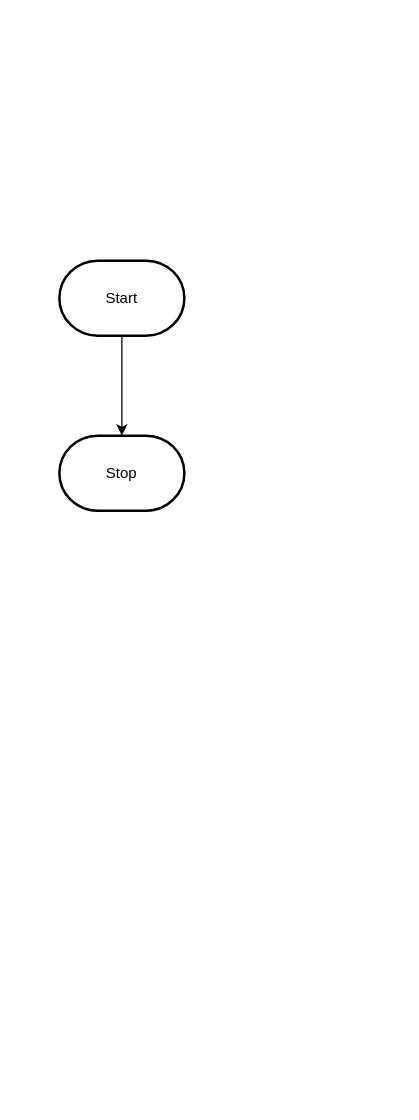
Above: design/flowchart.drawio in MTHS-ICD2O-1-2023/ICD2O-Unit-5-01-hai-tran-2 (draw.io), before the change. Source tidied: cells renumbered, new cells numbered last; positions are measured from the earlier drawing's top-left corner, leaving out a move shared by most shapes. Both pictures are drawn from the tidied source at 125%, with x=0, y=0 at pixel (59, 260).
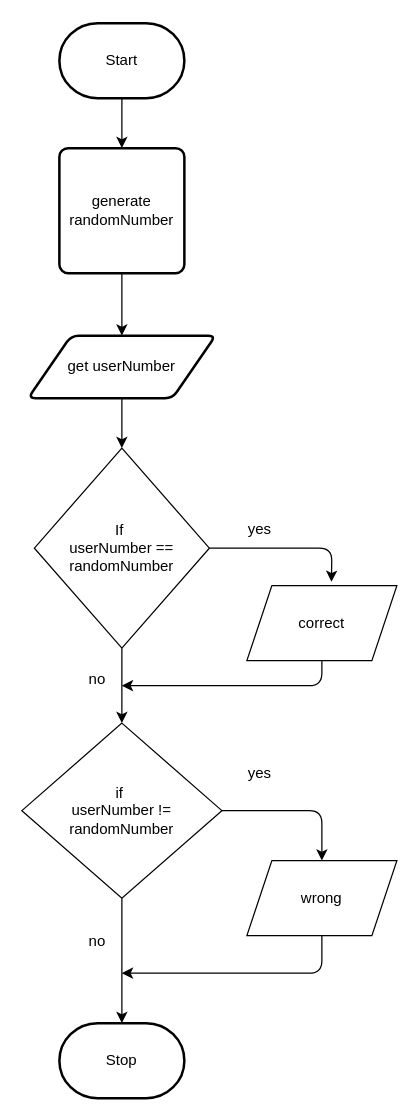
After the change.

The edit, as a diff of the source:
```diff
@@
-    <mxCell id="2" style="edgeStyle=orthogonalEdgeStyle;html=1;rounded=0;" parent="1" edge="1" source="3" target="4">
-      <mxGeometry relative="1" as="geometry" />
-    </mxCell>
+    <mxCell id="5" style="edgeStyle=none;html=1;entryX=0.5;entryY=0;entryDx=0;entryDy=0;" parent="1" edge="1" source="3" target="2">
+      <mxGeometry relative="1" as="geometry" />
+    </mxCell>
     <mxCell id="3" value="Start" style="strokeWidth=2;html=1;shape=mxgraph.flowchart.terminator;whiteSpace=wrap;" parent="1" vertex="1">
-      <mxGeometry width="100" height="60" as="geometry" />
+      <mxGeometry y="-190" width="100" height="60" as="geometry" />
     </mxCell>
     <mxCell id="4" value="Stop" style="strokeWidth=2;html=1;shape=mxgraph.flowchart.terminator;whiteSpace=wrap;" parent="1" vertex="1">
-      <mxGeometry y="140" width="100" height="60" as="geometry" />
+      <mxGeometry y="610" width="100" height="60" as="geometry" />
     </mxCell>
+    <mxCell id="6" style="edgeStyle=none;html=1;" parent="1" edge="1" source="2" target="8">
+      <mxGeometry relative="1" as="geometry" />
+    </mxCell>
+    <mxCell id="2" value="generate randomNumber" style="rounded=1;whiteSpace=wrap;html=1;absoluteArcSize=1;arcSize=14;strokeWidth=2;" parent="1" vertex="1">
+      <mxGeometry y="-90" width="100" height="100" as="geometry" />
+    </mxCell>
+    <mxCell id="7" style="edgeStyle=none;html=1;entryX=0.5;entryY=0;entryDx=0;entryDy=0;" parent="1" edge="1" source="8" target="11">
+      <mxGeometry relative="1" as="geometry" />
+    </mxCell>
+    <mxCell id="8" value="get userNumber" style="shape=parallelogram;html=1;strokeWidth=2;perimeter=parallelogramPerimeter;whiteSpace=wrap;rounded=1;arcSize=12;size=0.23;" parent="1" vertex="1">
+      <mxGeometry x="-25" y="60" width="150" height="50" as="geometry" />
+    </mxCell>
+    <mxCell id="9" style="edgeStyle=none;html=1;" parent="1" edge="1" source="11" target="16">
+      <mxGeometry relative="1" as="geometry" />
+    </mxCell>
+    <mxCell id="10" style="edgeStyle=none;html=1;entryX=0.564;entryY=-0.05;entryDx=0;entryDy=0;entryPerimeter=0;" parent="1" edge="1" source="11" target="13">
+      <mxGeometry relative="1" as="geometry">
+        <Array as="points">
+          <mxPoint x="218" y="230" />
+        </Array>
+      </mxGeometry>
+    </mxCell>
+    <mxCell id="11" value="If&amp;nbsp;&lt;br&gt;userNumber == randomNumber" style="rhombus;whiteSpace=wrap;html=1;" parent="1" vertex="1">
+      <mxGeometry x="-20" y="150" width="140" height="160" as="geometry" />
+    </mxCell>
+    <mxCell id="12" style="edgeStyle=none;html=1;" parent="1" edge="1" source="13">
+      <mxGeometry relative="1" as="geometry">
+        <mxPoint x="50" y="340" as="targetPoint" />
+        <Array as="points">
+          <mxPoint x="210" y="340" />
+        </Array>
+      </mxGeometry>
+    </mxCell>
+    <mxCell id="13" value="correct" style="shape=parallelogram;perimeter=parallelogramPerimeter;whiteSpace=wrap;html=1;fixedSize=1;" parent="1" vertex="1">
+      <mxGeometry x="150" y="260" width="120" height="60" as="geometry" />
+    </mxCell>
+    <mxCell id="14" style="edgeStyle=none;html=1;entryX=0.5;entryY=0;entryDx=0;entryDy=0;" parent="1" edge="1" source="16" target="18">
+      <mxGeometry relative="1" as="geometry">
+        <Array as="points">
+          <mxPoint x="210" y="440" />
+        </Array>
+      </mxGeometry>
+    </mxCell>
+    <mxCell id="15" style="edgeStyle=none;html=1;" parent="1" edge="1" source="16">
+      <mxGeometry relative="1" as="geometry">
+        <mxPoint x="50" y="610" as="targetPoint" />
+      </mxGeometry>
+    </mxCell>
+    <mxCell id="16" value="if&amp;nbsp;&lt;br&gt;userNumber != randomNumber" style="rhombus;whiteSpace=wrap;html=1;" parent="1" vertex="1">
+      <mxGeometry x="-30" y="370" width="160" height="140" as="geometry" />
+    </mxCell>
+    <mxCell id="17" style="edgeStyle=none;html=1;" parent="1" edge="1" source="18">
+      <mxGeometry relative="1" as="geometry">
+        <mxPoint x="50" y="570" as="targetPoint" />
+        <Array as="points">
+          <mxPoint x="210" y="570" />
+        </Array>
+      </mxGeometry>
+    </mxCell>
+    <mxCell id="18" value="wrong" style="shape=parallelogram;perimeter=parallelogramPerimeter;whiteSpace=wrap;html=1;fixedSize=1;" parent="1" vertex="1">
+      <mxGeometry x="150" y="480" width="120" height="60" as="geometry" />
+    </mxCell>
+    <mxCell id="19" value="yes" style="text;html=1;align=center;verticalAlign=middle;strokeColor=none;fillColor=none;" parent="1" vertex="1">
+      <mxGeometry x="140" y="200" width="40" height="30" as="geometry" />
+    </mxCell>
+    <mxCell id="20" value="no" style="text;html=1;align=center;verticalAlign=middle;strokeColor=none;fillColor=none;" parent="1" vertex="1">
+      <mxGeometry x="10" y="320" width="40" height="30" as="geometry" />
+    </mxCell>
+    <mxCell id="21" value="yes" style="text;html=1;align=center;verticalAlign=middle;strokeColor=none;fillColor=none;" parent="1" vertex="1">
+      <mxGeometry x="140" y="395" width="40" height="30" as="geometry" />
+    </mxCell>
+    <mxCell id="22" value="no" style="text;html=1;align=center;verticalAlign=middle;strokeColor=none;fillColor=none;" parent="1" vertex="1">
+      <mxGeometry x="10" y="530" width="40" height="30" as="geometry" />
+    </mxCell>
```
